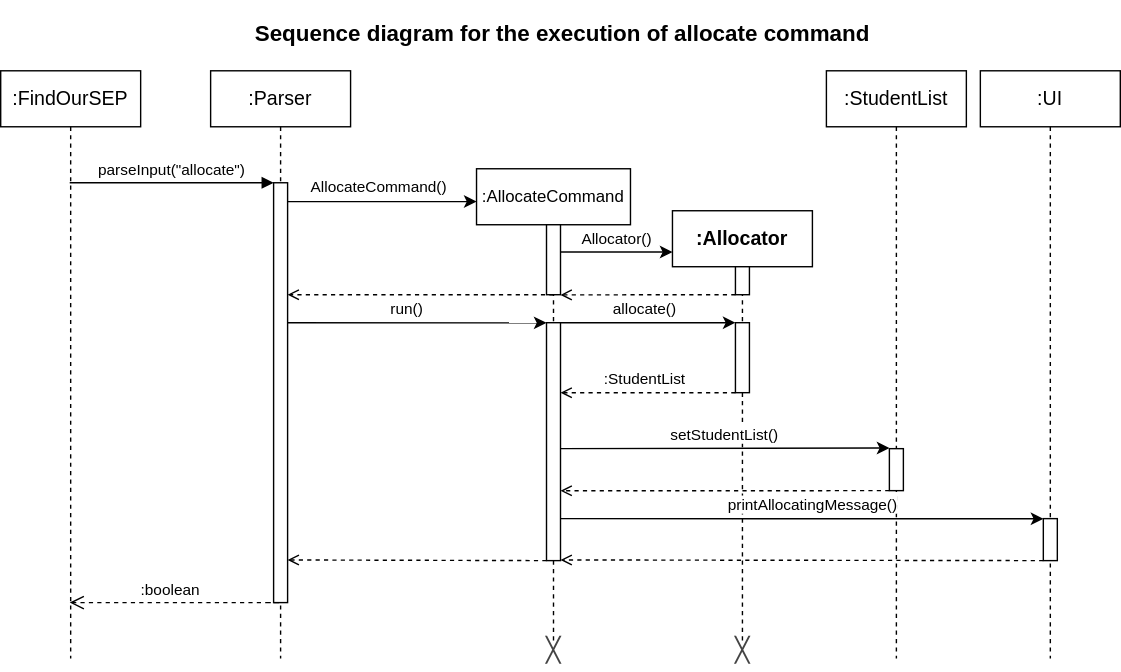
The draw.io diagram docs/UML_Diagrams/AllocatorSequence.drawio.svg in paulktham/tp, before a commit. Source tidied: cells renumbered, new cells last; positions are measured from the earlier drawing's top-left corner, leaving out a move shared by most shapes. The source it was exported from:
```xml
<mxGraphModel>
  <root>
    <mxCell id="0" />
    <mxCell id="1" parent="0" />
    <mxCell id="2" value="&lt;font style=&quot;font-size: 14px;&quot;&gt;:FindOurSEP&lt;/font&gt;" style="shape=umlLifeline;perimeter=lifelinePerimeter;whiteSpace=wrap;html=1;outlineConnect=0;portConstraint=eastwest;newEdgeStyle={&quot;edgeStyle&quot;:&quot;elbowEdgeStyle&quot;,&quot;elbow&quot;:&quot;vertical&quot;,&quot;curved&quot;:0,&quot;rounded&quot;:0};" parent="1" vertex="1">
      <mxGeometry y="50" width="100" height="420" as="geometry" />
    </mxCell>
    <mxCell id="3" value="&lt;font style=&quot;font-size: 14px;&quot;&gt;:Parser&lt;/font&gt;" style="shape=umlLifeline;perimeter=lifelinePerimeter;whiteSpace=wrap;html=1;newEdgeStyle={&quot;edgeStyle&quot;:&quot;elbowEdgeStyle&quot;,&quot;elbow&quot;:&quot;vertical&quot;,&quot;curved&quot;:0,&quot;rounded&quot;:0};" parent="1" vertex="1">
      <mxGeometry x="150" y="50" width="100" height="420" as="geometry" />
    </mxCell>
    <mxCell id="4" style="html=1;points=[];perimeter=orthogonalPerimeter;outlineConnect=0;targetShapes=umlLifeline;portConstraint=eastwest;newEdgeStyle={&quot;edgeStyle&quot;:&quot;elbowEdgeStyle&quot;,&quot;elbow&quot;:&quot;vertical&quot;,&quot;curved&quot;:0,&quot;rounded&quot;:0};" parent="3" vertex="1">
      <mxGeometry x="45" y="80" width="10" height="300" as="geometry" />
    </mxCell>
    <mxCell id="5" value="parseInput(&quot;allocate&quot;)" style="html=1;verticalAlign=bottom;endArrow=block;edgeStyle=elbowEdgeStyle;elbow=vertical;curved=0;rounded=0;" parent="1" edge="1" source="2" target="4">
      <mxGeometry relative="1" as="geometry">
        <Array as="points">
          <mxPoint x="140" y="130" />
        </Array>
      </mxGeometry>
    </mxCell>
    <mxCell id="6" value=":boolean" style="html=1;verticalAlign=bottom;endArrow=open;dashed=1;endSize=8;edgeStyle=elbowEdgeStyle;elbow=vertical;curved=0;rounded=0;" parent="1" edge="1" target="2">
      <mxGeometry x="0.12" relative="1" as="geometry">
        <mxPoint x="190" y="430" as="sourcePoint" />
        <Array as="points">
          <mxPoint x="200" y="430" />
          <mxPoint x="150" y="400" />
        </Array>
      </mxGeometry>
    </mxCell>
    <mxCell id="7" value="AllocateCommand()" style="endArrow=classic;html=1;rounded=0;entryX=0;entryY=0.067;entryDx=0;entryDy=0;entryPerimeter=0;" parent="1" edge="1" source="4" target="8">
      <mxGeometry x="-0.04" y="10" relative="1" as="geometry" />
    </mxCell>
    <mxCell id="8" value=":AllocateCommand" style="shape=umlLifeline;perimeter=lifelinePerimeter;whiteSpace=wrap;html=1;outlineConnect=0;portConstraint=eastwest;newEdgeStyle={&quot;edgeStyle&quot;:&quot;elbowEdgeStyle&quot;,&quot;elbow&quot;:&quot;vertical&quot;,&quot;curved&quot;:0,&quot;rounded&quot;:0};" parent="1" vertex="1">
      <mxGeometry x="340" y="120" width="110" height="350" as="geometry" />
    </mxCell>
    <mxCell id="9" style="html=1;perimeter=orthogonalPerimeter;targetShapes=umlLifeline;newEdgeStyle={&quot;edgeStyle&quot;:&quot;elbowEdgeStyle&quot;,&quot;elbow&quot;:&quot;vertical&quot;,&quot;curved&quot;:0,&quot;rounded&quot;:0};" parent="8" vertex="1">
      <mxGeometry x="50" y="40" width="10" height="50" as="geometry" />
    </mxCell>
    <mxCell id="10" style="html=1;points=[];perimeter=orthogonalPerimeter;outlineConnect=0;targetShapes=umlLifeline;portConstraint=eastwest;newEdgeStyle={&quot;edgeStyle&quot;:&quot;elbowEdgeStyle&quot;,&quot;elbow&quot;:&quot;vertical&quot;,&quot;curved&quot;:0,&quot;rounded&quot;:0};" parent="8" vertex="1">
      <mxGeometry x="50" y="110" width="10" height="170" as="geometry" />
    </mxCell>
    <mxCell id="11" style="edgeStyle=elbowEdgeStyle;rounded=0;jettySize=auto;html=1;elbow=vertical;curved=0;endArrow=open;endFill=0;dashed=1;" parent="1" edge="1" target="4">
      <mxGeometry relative="1" as="geometry">
        <mxPoint x="395" y="210" as="sourcePoint" />
        <Array as="points">
          <mxPoint x="290" y="210" />
          <mxPoint x="325" y="210" />
        </Array>
      </mxGeometry>
    </mxCell>
    <mxCell id="12" value="&lt;font style=&quot;font-size: 14px;&quot;&gt;&lt;b&gt;:Allocator&lt;/b&gt;&lt;/font&gt;" style="shape=umlLifeline;perimeter=lifelinePerimeter;whiteSpace=wrap;html=1;newEdgeStyle={&quot;edgeStyle&quot;:&quot;elbowEdgeStyle&quot;,&quot;elbow&quot;:&quot;vertical&quot;,&quot;curved&quot;:0,&quot;rounded&quot;:0};" parent="1" vertex="1">
      <mxGeometry x="480" y="150" width="100" height="320" as="geometry" />
    </mxCell>
    <mxCell id="13" style="html=1;perimeter=orthogonalPerimeter;targetShapes=umlLifeline;newEdgeStyle={&quot;edgeStyle&quot;:&quot;elbowEdgeStyle&quot;,&quot;elbow&quot;:&quot;vertical&quot;,&quot;curved&quot;:0,&quot;rounded&quot;:0};" parent="12" vertex="1">
      <mxGeometry x="45" y="40" width="10" height="20" as="geometry" />
    </mxCell>
    <mxCell id="14" style="html=1;points=[];perimeter=orthogonalPerimeter;outlineConnect=0;targetShapes=umlLifeline;portConstraint=eastwest;newEdgeStyle={&quot;edgeStyle&quot;:&quot;elbowEdgeStyle&quot;,&quot;elbow&quot;:&quot;vertical&quot;,&quot;curved&quot;:0,&quot;rounded&quot;:0};" parent="12" vertex="1">
      <mxGeometry x="45" y="80" width="10" height="50" as="geometry" />
    </mxCell>
    <mxCell id="15" value="Allocator()" style="edgeStyle=elbowEdgeStyle;rounded=0;orthogonalLoop=1;jettySize=auto;html=1;elbow=vertical;curved=0;" parent="1" edge="1">
      <mxGeometry y="10" relative="1" as="geometry">
        <mxPoint x="400" y="179.5" as="sourcePoint" />
        <mxPoint x="480" y="179.5" as="targetPoint" />
      </mxGeometry>
    </mxCell>
    <mxCell id="16" style="edgeStyle=elbowEdgeStyle;rounded=0;orthogonalLoop=1;jettySize=auto;html=1;elbow=vertical;curved=0;endArrow=open;endFill=0;dashed=1;" parent="1" edge="1">
      <mxGeometry relative="1" as="geometry">
        <mxPoint x="525" y="210" as="sourcePoint" />
        <mxPoint x="400" y="210" as="targetPoint" />
      </mxGeometry>
    </mxCell>
    <mxCell id="17" value="run()" style="edgeStyle=elbowEdgeStyle;rounded=0;jettySize=auto;html=1;elbow=vertical;curved=0;" parent="1" edge="1" target="10">
      <mxGeometry x="-0.08" y="10" relative="1" as="geometry">
        <mxPoint x="205" y="230" as="sourcePoint" />
      </mxGeometry>
    </mxCell>
    <mxCell id="18" value="allocate()" style="edgeStyle=elbowEdgeStyle;rounded=0;jettySize=auto;html=1;elbow=vertical;curved=0;" parent="1" edge="1" source="10" target="14">
      <mxGeometry x="-0.04" y="10" relative="1" as="geometry">
        <Array as="points">
          <mxPoint x="490" y="230" />
        </Array>
      </mxGeometry>
    </mxCell>
    <mxCell id="19" value=":StudentList" style="edgeStyle=elbowEdgeStyle;rounded=0;orthogonalLoop=1;jettySize=auto;html=1;elbow=vertical;curved=0;endArrow=open;endFill=0;dashed=1;" parent="1" edge="1">
      <mxGeometry x="0.04" y="-10" relative="1" as="geometry">
        <mxPoint x="525" y="280" as="sourcePoint" />
        <mxPoint x="400" y="280" as="targetPoint" />
        <Array as="points">
          <mxPoint x="463" y="280" />
        </Array>
      </mxGeometry>
    </mxCell>
    <mxCell id="20" value="&lt;span style=&quot;color: rgb(68, 68, 68); font-family: Arial, Helvetica, sans-serif; text-align: left; background-color: rgb(255, 255, 255);&quot;&gt;&lt;font style=&quot;font-size: 17px;&quot;&gt;╳&lt;/font&gt;&lt;/span&gt;" style="text;html=1;align=center;verticalAlign=middle;whiteSpace=wrap;rounded=0;" parent="1" vertex="1">
      <mxGeometry x="365" y="450" width="60" height="30" as="geometry" />
    </mxCell>
    <mxCell id="21" value="&lt;span style=&quot;color: rgb(68, 68, 68); font-family: Arial, Helvetica, sans-serif; text-align: left; background-color: rgb(255, 255, 255);&quot;&gt;&lt;font style=&quot;font-size: 17px;&quot;&gt;╳&lt;/font&gt;&lt;/span&gt;" style="text;html=1;align=center;verticalAlign=middle;whiteSpace=wrap;rounded=0;" parent="1" vertex="1">
      <mxGeometry x="500" y="450" width="60" height="30" as="geometry" />
    </mxCell>
    <mxCell id="22" value="&lt;span style=&quot;font-size: 14px;&quot;&gt;:StudentList&lt;/span&gt;" style="shape=umlLifeline;perimeter=lifelinePerimeter;whiteSpace=wrap;html=1;newEdgeStyle={&quot;edgeStyle&quot;:&quot;elbowEdgeStyle&quot;,&quot;elbow&quot;:&quot;vertical&quot;,&quot;curved&quot;:0,&quot;rounded&quot;:0};" parent="1" vertex="1">
      <mxGeometry x="590" y="50" width="100" height="420" as="geometry" />
    </mxCell>
    <mxCell id="23" style="html=1;perimeter=orthogonalPerimeter;targetShapes=umlLifeline;newEdgeStyle={&quot;edgeStyle&quot;:&quot;elbowEdgeStyle&quot;,&quot;elbow&quot;:&quot;vertical&quot;,&quot;curved&quot;:0,&quot;rounded&quot;:0};" parent="22" vertex="1">
      <mxGeometry x="45" y="270" width="10" height="30" as="geometry" />
    </mxCell>
    <mxCell id="24" value="setStudentList()" style="edgeStyle=elbowEdgeStyle;rounded=0;orthogonalLoop=1;jettySize=auto;html=1;elbow=vertical;curved=0;" parent="1" edge="1">
      <mxGeometry y="10" relative="1" as="geometry">
        <mxPoint x="400" y="320" as="sourcePoint" />
        <mxPoint x="635" y="320" as="targetPoint" />
      </mxGeometry>
    </mxCell>
    <mxCell id="25" style="edgeStyle=elbowEdgeStyle;rounded=0;orthogonalLoop=1;jettySize=auto;html=1;elbow=vertical;curved=0;endArrow=open;endFill=0;dashed=1;" parent="1" edge="1">
      <mxGeometry relative="1" as="geometry">
        <mxPoint x="635" y="350" as="sourcePoint" />
        <mxPoint x="400" y="350" as="targetPoint" />
      </mxGeometry>
    </mxCell>
    <mxCell id="26" value="&lt;span style=&quot;font-size: 14px;&quot;&gt;:UI&lt;/span&gt;" style="shape=umlLifeline;perimeter=lifelinePerimeter;whiteSpace=wrap;html=1;newEdgeStyle={&quot;edgeStyle&quot;:&quot;elbowEdgeStyle&quot;,&quot;elbow&quot;:&quot;vertical&quot;,&quot;curved&quot;:0,&quot;rounded&quot;:0};" parent="1" vertex="1">
      <mxGeometry x="700" y="50" width="100" height="420" as="geometry" />
    </mxCell>
    <mxCell id="27" style="html=1;perimeter=orthogonalPerimeter;targetShapes=umlLifeline;newEdgeStyle={&quot;edgeStyle&quot;:&quot;elbowEdgeStyle&quot;,&quot;elbow&quot;:&quot;vertical&quot;,&quot;curved&quot;:0,&quot;rounded&quot;:0};" parent="26" vertex="1">
      <mxGeometry x="45" y="320" width="10" height="30" as="geometry" />
    </mxCell>
    <mxCell id="28" value="printAllocatingMessage()" style="edgeStyle=elbowEdgeStyle;rounded=0;orthogonalLoop=1;jettySize=auto;html=1;elbow=vertical;curved=0;" parent="1" edge="1">
      <mxGeometry x="0.04" y="10" relative="1" as="geometry">
        <mxPoint x="400" y="370" as="sourcePoint" />
        <mxPoint x="745" y="370" as="targetPoint" />
      </mxGeometry>
    </mxCell>
    <mxCell id="29" style="edgeStyle=elbowEdgeStyle;rounded=0;orthogonalLoop=1;jettySize=auto;html=1;elbow=vertical;curved=0;endArrow=open;endFill=0;dashed=1;" parent="1" edge="1">
      <mxGeometry relative="1" as="geometry">
        <mxPoint x="745" y="400" as="sourcePoint" />
        <mxPoint x="400" y="400" as="targetPoint" />
      </mxGeometry>
    </mxCell>
    <mxCell id="30" style="edgeStyle=elbowEdgeStyle;rounded=0;orthogonalLoop=1;jettySize=auto;html=1;elbow=vertical;curved=0;dashed=1;endArrow=open;endFill=0;" parent="1" edge="1">
      <mxGeometry relative="1" as="geometry">
        <mxPoint x="390" y="400" as="sourcePoint" />
        <mxPoint x="205" y="400" as="targetPoint" />
      </mxGeometry>
    </mxCell>
    <mxCell id="31" value="&lt;h1 style=&quot;margin-top: 0px;&quot;&gt;&lt;font style=&quot;font-size: 16px;&quot;&gt;Sequence diagram for the execution of allocate command&lt;/font&gt;&lt;/h1&gt;" style="text;html=1;whiteSpace=wrap;overflow=hidden;rounded=0;" parent="1" vertex="1">
      <mxGeometry x="180" width="450" height="40" as="geometry" />
    </mxCell>
  </root>
</mxGraphModel>
```
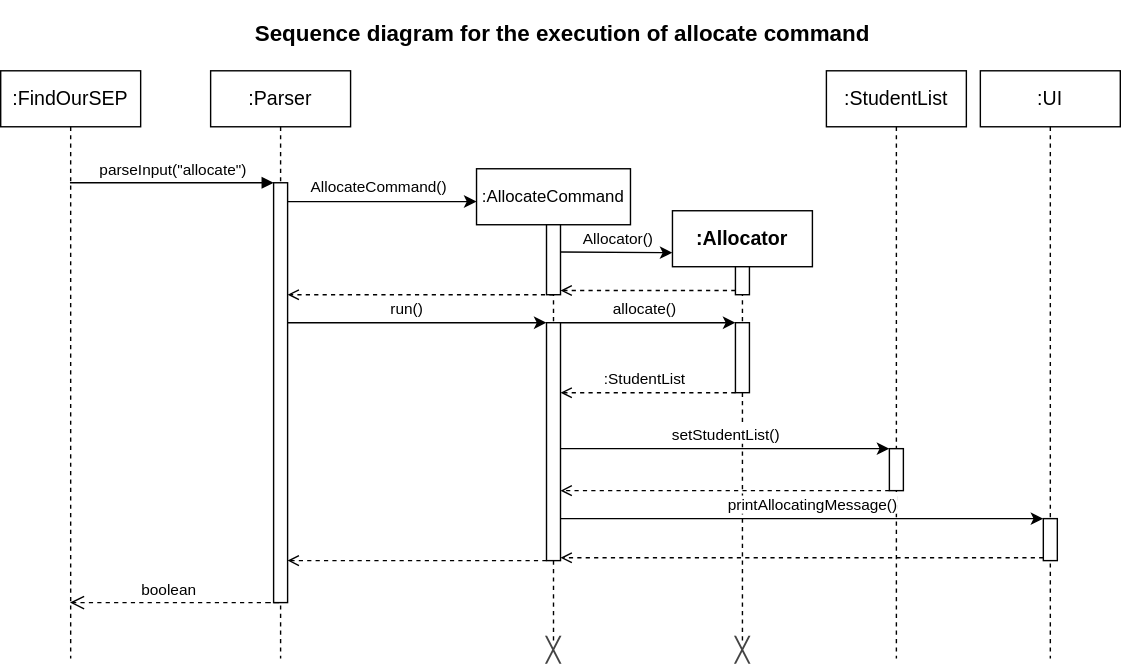
The same file after the commit.

Commit message:
Adjust return arrows

Diff of the diagram source:
```diff
@@ -18,7 +18,7 @@
         </Array>
       </mxGeometry>
     </mxCell>
-    <mxCell id="6" value=":boolean" style="html=1;verticalAlign=bottom;endArrow=open;dashed=1;endSize=8;edgeStyle=elbowEdgeStyle;elbow=vertical;curved=0;rounded=0;" parent="1" edge="1" target="2">
+    <mxCell id="6" value="boolean" style="html=1;verticalAlign=bottom;endArrow=open;dashed=1;endSize=8;edgeStyle=elbowEdgeStyle;elbow=vertical;curved=0;rounded=0;" parent="1" edge="1" target="2">
       <mxGeometry x="0.12" relative="1" as="geometry">
         <mxPoint x="190" y="430" as="sourcePoint" />
         <Array as="points">
@@ -65,8 +65,8 @@
     </mxCell>
     <mxCell id="16" style="edgeStyle=elbowEdgeStyle;rounded=0;orthogonalLoop=1;jettySize=auto;html=1;elbow=vertical;curved=0;endArrow=open;endFill=0;dashed=1;" parent="1" edge="1">
       <mxGeometry relative="1" as="geometry">
-        <mxPoint x="525" y="210" as="sourcePoint" />
-        <mxPoint x="400" y="210" as="targetPoint" />
+        <mxPoint x="525" y="207" as="sourcePoint" />
+        <mxPoint x="400" y="207" as="targetPoint" />
       </mxGeometry>
     </mxCell>
     <mxCell id="17" value="run()" style="edgeStyle=elbowEdgeStyle;rounded=0;jettySize=auto;html=1;elbow=vertical;curved=0;" parent="1" edge="1" target="10">
@@ -128,8 +128,8 @@
     </mxCell>
     <mxCell id="29" style="edgeStyle=elbowEdgeStyle;rounded=0;orthogonalLoop=1;jettySize=auto;html=1;elbow=vertical;curved=0;endArrow=open;endFill=0;dashed=1;" parent="1" edge="1">
       <mxGeometry relative="1" as="geometry">
-        <mxPoint x="745" y="400" as="sourcePoint" />
-        <mxPoint x="400" y="400" as="targetPoint" />
+        <mxPoint x="745" y="398" as="sourcePoint" />
+        <mxPoint x="400" y="398" as="targetPoint" />
       </mxGeometry>
     </mxCell>
     <mxCell id="30" style="edgeStyle=elbowEdgeStyle;rounded=0;orthogonalLoop=1;jettySize=auto;html=1;elbow=vertical;curved=0;dashed=1;endArrow=open;endFill=0;" parent="1" edge="1">
```
